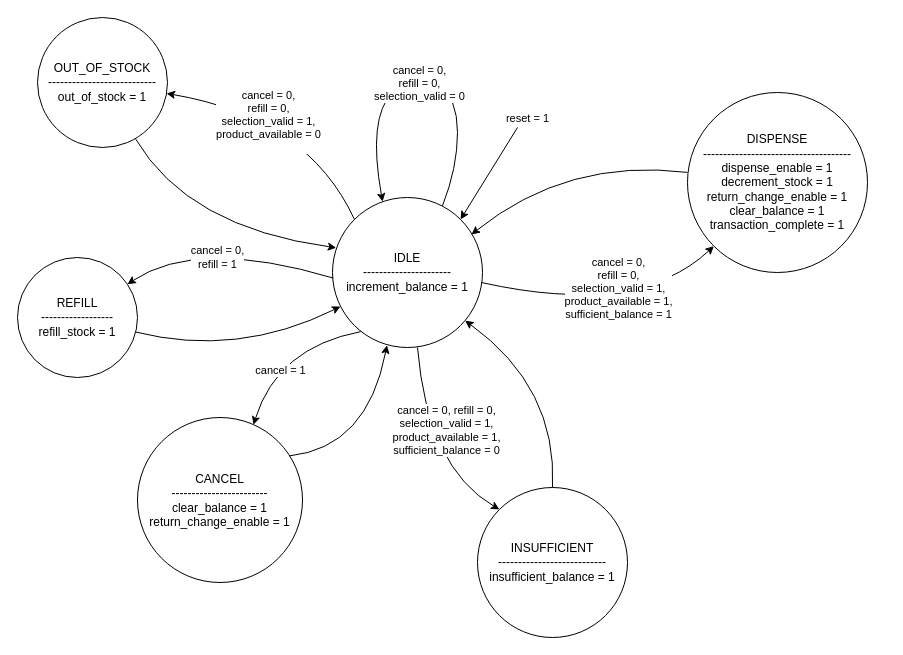
Earlier version of the draw.io diagram page "fsm" (3 of 4) of systemverilog-workshop/smart_vending_machine_controller/docs/vending_machine.drawio (AbdurRahman020/MEDS). Source tidied: cells renumbered, new cells numbered last; positions are measured from the earlier drawing's top-left corner, leaving out a move shared by most shapes. Both pictures are drawn from the tidied source at 100%, with x=0, y=0 at pixel (17, 17).
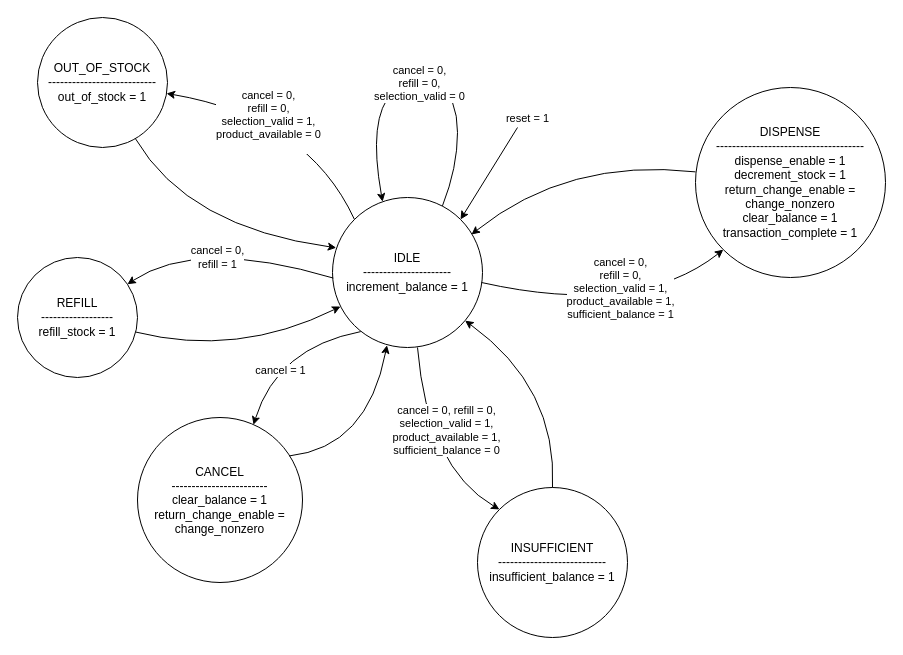
Above is the later version.

Change to the diagram source:
```diff
@@
-    <mxCell id="2" value="&lt;div&gt;DISPENSE&lt;/div&gt;&lt;div&gt;-------------------------------------&lt;/div&gt;&lt;div&gt;dispense_enable = 1&lt;/div&gt;&lt;div&gt;decrement_stock = 1&lt;/div&gt;&lt;div&gt;return_change_enable = 1&lt;/div&gt;&lt;div&gt;clear_balance = 1&lt;/div&gt;&lt;div&gt;transaction_complete = 1&lt;/div&gt;" style="ellipse;whiteSpace=wrap;html=1;" parent="1" vertex="1">
-      <mxGeometry x="670" y="75" width="180" height="180" as="geometry" />
+    <mxCell id="2" value="&lt;div&gt;DISPENSE&lt;/div&gt;&lt;div&gt;-------------------------------------&lt;/div&gt;&lt;div&gt;dispense_enable = 1&lt;/div&gt;&lt;div&gt;decrement_stock = 1&lt;/div&gt;&lt;div&gt;return_change_enable = change_nonzero&lt;/div&gt;&lt;div&gt;clear_balance = 1&lt;/div&gt;&lt;div&gt;transaction_complete = 1&lt;/div&gt;" style="ellipse;whiteSpace=wrap;html=1;" parent="1" vertex="1">
+      <mxGeometry x="678" y="70" width="190" height="190" as="geometry" />
     </mxCell>
@@
-    <mxCell id="7" value="&lt;div&gt;CANCEL&lt;/div&gt;&lt;div&gt;------------------------&lt;/div&gt;&lt;div&gt;clear_balance = 1&lt;/div&gt;&lt;div&gt;return_change_enable = 1&lt;/div&gt;" style="ellipse;whiteSpace=wrap;html=1;" parent="1" vertex="1">
+    <mxCell id="7" value="&lt;div&gt;CANCEL&lt;/div&gt;&lt;div&gt;------------------------&lt;/div&gt;&lt;div&gt;clear_balance = 1&lt;/div&gt;&lt;div&gt;return_change_enable = change_nonzero&lt;/div&gt;" style="ellipse;whiteSpace=wrap;html=1;" parent="1" vertex="1">
       <mxGeometry x="120" y="400" width="165" height="165" as="geometry" />
     </mxCell>
```
